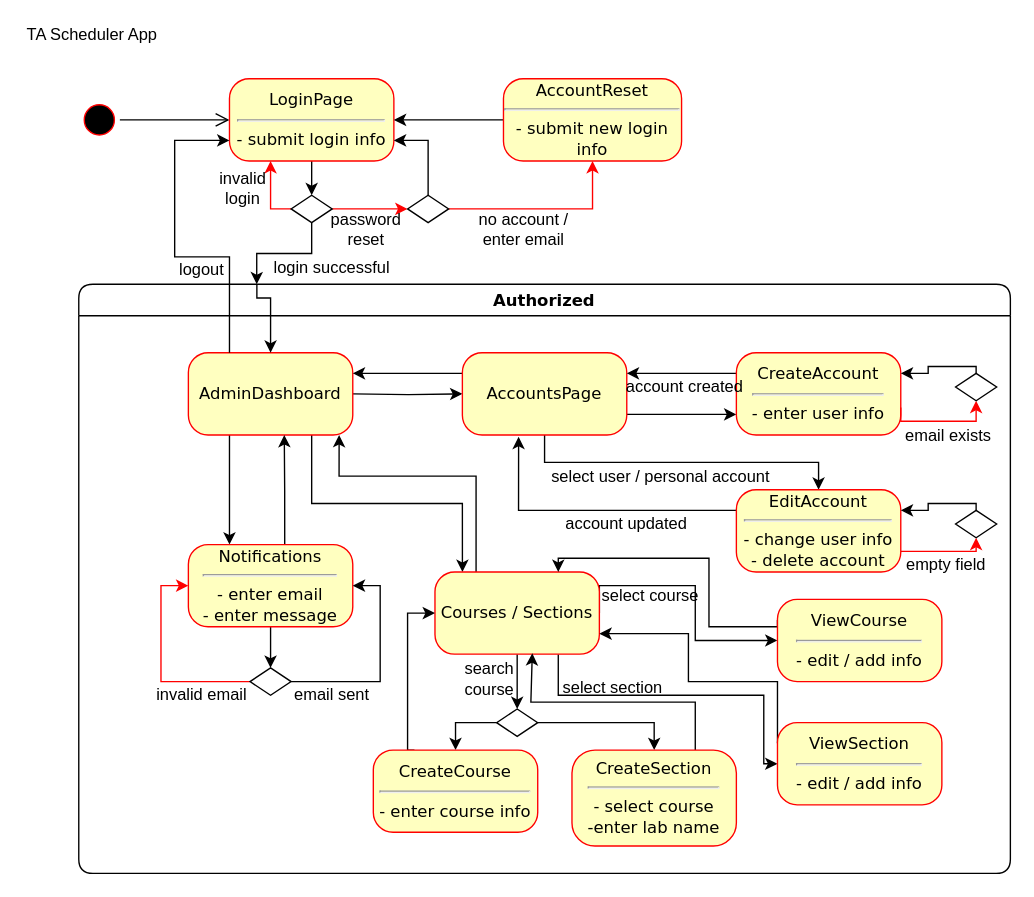
Hossai25/801-1-Sprint-Group keeps this draw.io diagram as stateMachineUML.drawio. Above is the earlier version. Source tidied: cells renumbered, new cells numbered last; positions are measured from the earlier drawing's top-left corner, leaving out a move shared by most shapes. Both pictures are drawn from the tidied source at 137%, with x=0, y=0 at pixel (23, 23).
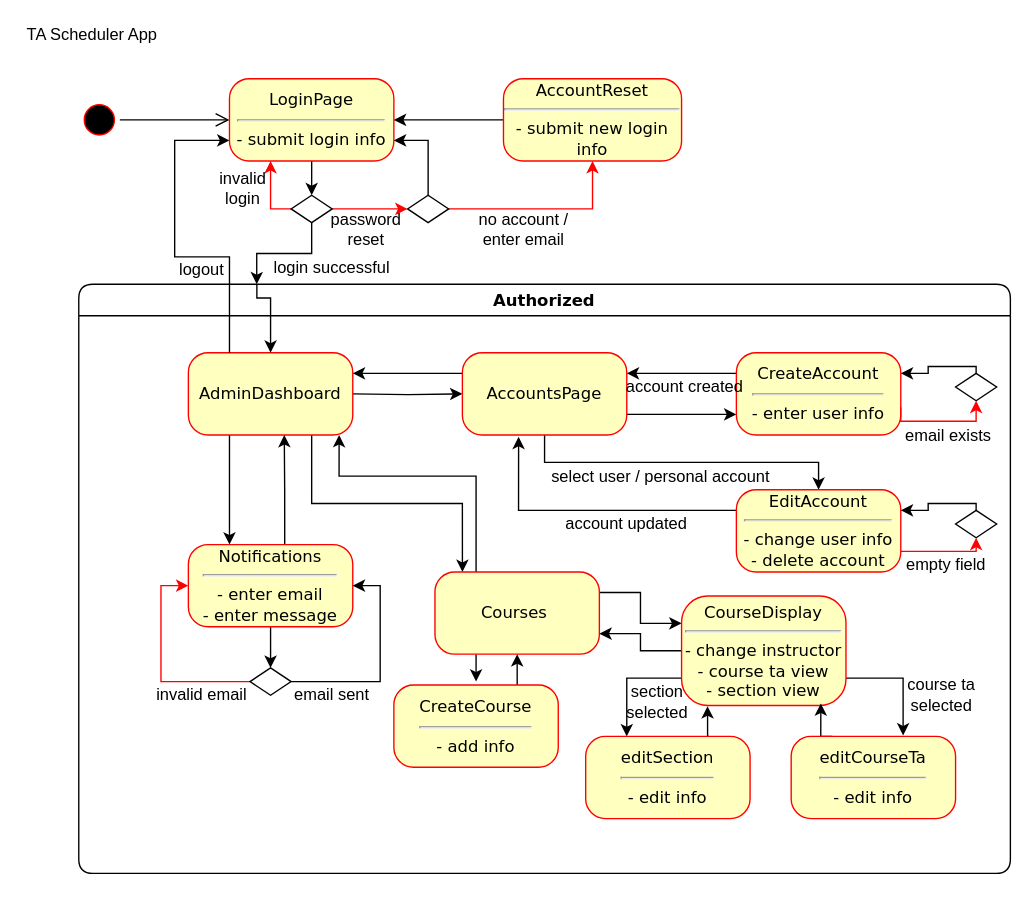
The same page after the edit.

The change refers to these unchanged cells:
```xml
<mxCell id="3" value="Authorized" style="swimlane;whiteSpace=wrap;html=1;rounded=1;shadow=0;comic=0;labelBackgroundColor=none;strokeWidth=1;fontFamily=Verdana;fontSize=12;align=center;startSize=23;" parent="1" vertex="1">
  <mxGeometry x="40" y="190" width="680" height="430" as="geometry" />
</mxCell>
```

Change to the diagram source:
```diff
@@
-    <mxCell id="15" style="edgeStyle=orthogonalEdgeStyle;rounded=0;jettySize=auto;html=1;exitX=0.5;exitY=1;exitDx=0;exitDy=0;" parent="3" edge="1" source="19">
-      <mxGeometry relative="1" as="geometry">
-        <mxPoint x="320" y="310" as="targetPoint" />
-      </mxGeometry>
-    </mxCell>
@@
+    <mxCell id="74" style="edgeStyle=orthogonalEdgeStyle;rounded=0;jettySize=auto;html=1;exitX=0.25;exitY=1;exitDx=0;exitDy=0;" parent="3" edge="1" source="19">
+      <mxGeometry relative="1" as="geometry">
+        <mxPoint x="290" y="290" as="targetPoint" />
+      </mxGeometry>
+    </mxCell>
-    <mxCell id="17" style="edgeStyle=orthogonalEdgeStyle;rounded=0;jettySize=auto;html=1;exitX=1;exitY=0.5;exitDx=0;exitDy=0;entryX=0;entryY=0.5;entryDx=0;entryDy=0;" parent="3" edge="1" source="19" target="48">
-      <mxGeometry relative="1" as="geometry">
-        <Array as="points">
-          <mxPoint x="380" y="220" />
-          <mxPoint x="450" y="220" />
-          <mxPoint x="450" y="260" />
-        </Array>
-      </mxGeometry>
+    <mxCell id="17" style="edgeStyle=orthogonalEdgeStyle;rounded=0;jettySize=auto;html=1;exitX=1;exitY=0.25;exitDx=0;exitDy=0;entryX=0;entryY=0.25;entryDx=0;entryDy=0;" parent="3" edge="1" source="19" target="48">
+      <mxGeometry relative="1" as="geometry" />
     </mxCell>
-    <mxCell id="18" style="edgeStyle=orthogonalEdgeStyle;rounded=0;jettySize=auto;html=1;exitX=0.75;exitY=1;exitDx=0;exitDy=0;entryX=0;entryY=0.5;entryDx=0;entryDy=0;" parent="3" edge="1" source="19" target="52">
-      <mxGeometry relative="1" as="geometry">
-        <Array as="points">
-          <mxPoint x="350" y="300" />
-          <mxPoint x="500" y="300" />
-          <mxPoint x="500" y="350" />
-        </Array>
-      </mxGeometry>
-    </mxCell>
-    <mxCell id="19" value="Courses / Sections" style="rounded=1;whiteSpace=wrap;html=1;arcSize=24;fillColor=#ffffc0;strokeColor=#ff0000;shadow=0;comic=0;labelBackgroundColor=none;fontFamily=Verdana;fontSize=12;fontColor=#000000;align=center;" parent="3" vertex="1">
+    <mxCell id="19" value="Courses&amp;nbsp;" style="rounded=1;whiteSpace=wrap;html=1;arcSize=24;fillColor=#ffffc0;strokeColor=#ff0000;shadow=0;comic=0;labelBackgroundColor=none;fontFamily=Verdana;fontSize=12;fontColor=#000000;align=center;" parent="3" vertex="1">
       <mxGeometry x="260" y="210" width="120" height="60" as="geometry" />
     </mxCell>
@@
-    <mxCell id="35" value="search course" style="text;strokeColor=none;align=center;fillColor=none;html=1;verticalAlign=middle;whiteSpace=wrap;rounded=0;" parent="3" vertex="1">
-      <mxGeometry x="275" y="280" width="50" height="15" as="geometry" />
-    </mxCell>
-    <mxCell id="36" style="edgeStyle=orthogonalEdgeStyle;rounded=0;jettySize=auto;html=1;exitX=0;exitY=0.5;exitDx=0;exitDy=0;entryX=0.5;entryY=0;entryDx=0;entryDy=0;" parent="3" edge="1" source="38" target="40">
-      <mxGeometry relative="1" as="geometry" />
-    </mxCell>
-    <mxCell id="37" style="edgeStyle=orthogonalEdgeStyle;rounded=0;jettySize=auto;html=1;exitX=1;exitY=0.5;exitDx=0;exitDy=0;entryX=0.5;entryY=0;entryDx=0;entryDy=0;" parent="3" edge="1" source="38" target="42">
-      <mxGeometry relative="1" as="geometry" />
-    </mxCell>
-    <mxCell id="38" style="rhombus;whiteSpace=wrap;html=1;" parent="3" vertex="1">
-      <mxGeometry x="305" y="310" width="30" height="20" as="geometry" />
-    </mxCell>
-    <mxCell id="39" style="edgeStyle=orthogonalEdgeStyle;rounded=0;jettySize=auto;html=1;exitX=0.25;exitY=0;exitDx=0;exitDy=0;entryX=0;entryY=0.5;entryDx=0;entryDy=0;" parent="3" edge="1" source="40" target="19">
-      <mxGeometry relative="1" as="geometry">
-        <Array as="points">
-          <mxPoint x="240" y="340" />
-          <mxPoint x="240" y="240" />
-        </Array>
-      </mxGeometry>
-    </mxCell>
-    <mxCell id="40" value="CreateCourse&lt;hr&gt;- enter course info" style="rounded=1;whiteSpace=wrap;html=1;arcSize=24;fillColor=#ffffc0;strokeColor=#ff0000;shadow=0;comic=0;labelBackgroundColor=none;fontFamily=Verdana;fontSize=12;fontColor=#000000;align=center;" parent="3" vertex="1">
-      <mxGeometry x="215" y="340" width="120" height="60" as="geometry" />
-    </mxCell>
-    <mxCell id="41" style="edgeStyle=orthogonalEdgeStyle;rounded=0;jettySize=auto;html=1;exitX=0.75;exitY=0;exitDx=0;exitDy=0;entryX=0.592;entryY=0.989;entryDx=0;entryDy=0;entryPerimeter=0;" parent="3" edge="1" source="42" target="19">
-      <mxGeometry relative="1" as="geometry">
-        <Array as="points">
-          <mxPoint x="450" y="305" />
-          <mxPoint x="330" y="305" />
-        </Array>
-      </mxGeometry>
-    </mxCell>
-    <mxCell id="42" value="CreateSection&lt;hr&gt;- select course&lt;br&gt;-enter lab name" style="rounded=1;whiteSpace=wrap;html=1;arcSize=24;fillColor=#ffffc0;strokeColor=#ff0000;shadow=0;comic=0;labelBackgroundColor=none;fontFamily=Verdana;fontSize=12;fontColor=#000000;align=center;" parent="3" vertex="1">
-      <mxGeometry x="360" y="340" width="120" height="70" as="geometry" />
-    </mxCell>
@@
-    <mxCell id="47" style="edgeStyle=orthogonalEdgeStyle;rounded=0;jettySize=auto;html=1;exitX=0;exitY=0.25;exitDx=0;exitDy=0;entryX=0.75;entryY=0;entryDx=0;entryDy=0;" parent="3" edge="1" source="48" target="19">
-      <mxGeometry relative="1" as="geometry">
-        <Array as="points">
-          <mxPoint x="510" y="250" />
-          <mxPoint x="460" y="250" />
-          <mxPoint x="460" y="200" />
-          <mxPoint x="350" y="200" />
-        </Array>
-      </mxGeometry>
+    <mxCell id="47" style="edgeStyle=orthogonalEdgeStyle;rounded=0;jettySize=auto;html=1;exitX=0;exitY=0.5;exitDx=0;exitDy=0;entryX=1;entryY=0.75;entryDx=0;entryDy=0;" parent="3" edge="1" source="48" target="19">
+      <mxGeometry relative="1" as="geometry" />
     </mxCell>
+    <mxCell id="75" style="edgeStyle=orthogonalEdgeStyle;rounded=0;jettySize=auto;html=1;exitX=0;exitY=0.75;exitDx=0;exitDy=0;entryX=0.25;entryY=0;entryDx=0;entryDy=0;" parent="3" edge="1" source="48" target="82">
+      <mxGeometry relative="1" as="geometry" />
+    </mxCell>
+    <mxCell id="76" style="edgeStyle=orthogonalEdgeStyle;rounded=0;jettySize=auto;html=1;exitX=1;exitY=0.75;exitDx=0;exitDy=0;entryX=0.681;entryY=-0.011;entryDx=0;entryDy=0;entryPerimeter=0;" parent="3" edge="1" source="48" target="78">
+      <mxGeometry relative="1" as="geometry" />
+    </mxCell>
-    <mxCell id="48" value="ViewCourse&lt;hr&gt;- edit / add info" style="rounded=1;whiteSpace=wrap;html=1;arcSize=24;fillColor=#ffffc0;strokeColor=#ff0000;shadow=0;comic=0;labelBackgroundColor=none;fontFamily=Verdana;fontSize=12;fontColor=#000000;align=center;" parent="3" vertex="1">
-      <mxGeometry x="510" y="230" width="120" height="60" as="geometry" />
+    <mxCell id="48" value="CourseDisplay&lt;hr&gt;- change instructor&lt;br&gt;- course ta view&lt;br&gt;- section view" style="rounded=1;whiteSpace=wrap;html=1;arcSize=24;fillColor=#ffffc0;strokeColor=#ff0000;shadow=0;comic=0;labelBackgroundColor=none;fontFamily=Verdana;fontSize=12;fontColor=#000000;align=center;" parent="3" vertex="1">
+      <mxGeometry x="440" y="227.5" width="120" height="80" as="geometry" />
     </mxCell>
-    <mxCell id="49" value="select course" style="text;strokeColor=none;align=center;fillColor=none;html=1;verticalAlign=middle;whiteSpace=wrap;rounded=0;" parent="3" vertex="1">
-      <mxGeometry x="365" y="220" width="105" height="15" as="geometry" />
-    </mxCell>
@@
-    <mxCell id="51" style="edgeStyle=orthogonalEdgeStyle;rounded=0;jettySize=auto;html=1;exitX=0;exitY=0.25;exitDx=0;exitDy=0;entryX=1;entryY=0.75;entryDx=0;entryDy=0;" parent="3" edge="1" source="52" target="19">
-      <mxGeometry relative="1" as="geometry">
-        <Array as="points">
-          <mxPoint x="510" y="290" />
-          <mxPoint x="445" y="290" />
-          <mxPoint x="445" y="255" />
-        </Array>
-      </mxGeometry>
-    </mxCell>
-    <mxCell id="52" value="ViewSection&lt;hr&gt;- edit / add info" style="rounded=1;whiteSpace=wrap;html=1;arcSize=24;fillColor=#ffffc0;strokeColor=#ff0000;shadow=0;comic=0;labelBackgroundColor=none;fontFamily=Verdana;fontSize=12;fontColor=#000000;align=center;" parent="3" vertex="1">
-      <mxGeometry x="510" y="320" width="120" height="60" as="geometry" />
-    </mxCell>
-    <mxCell id="53" value="select section" style="text;strokeColor=none;align=center;fillColor=none;html=1;verticalAlign=middle;whiteSpace=wrap;rounded=0;" parent="3" vertex="1">
-      <mxGeometry x="350" y="292.5" width="80" height="5" as="geometry" />
-    </mxCell>
+    <mxCell id="77" style="edgeStyle=orthogonalEdgeStyle;rounded=0;jettySize=auto;html=1;exitX=0.25;exitY=0;exitDx=0;exitDy=0;entryX=0.847;entryY=0.981;entryDx=0;entryDy=0;entryPerimeter=0;" parent="3" edge="1" source="78" target="48">
+      <mxGeometry relative="1" as="geometry" />
+    </mxCell>
+    <mxCell id="78" value="editCourseTa&lt;hr&gt;- edit info" style="rounded=1;whiteSpace=wrap;html=1;arcSize=24;fillColor=#ffffc0;strokeColor=#ff0000;shadow=0;comic=0;labelBackgroundColor=none;fontFamily=Verdana;fontSize=12;fontColor=#000000;align=center;" parent="3" vertex="1">
+      <mxGeometry x="520" y="330" width="120" height="60" as="geometry" />
+    </mxCell>
+    <mxCell id="79" style="edgeStyle=orthogonalEdgeStyle;rounded=0;jettySize=auto;html=1;exitX=0.75;exitY=0;exitDx=0;exitDy=0;entryX=0.5;entryY=1;entryDx=0;entryDy=0;" parent="3" edge="1" source="80" target="19">
+      <mxGeometry relative="1" as="geometry" />
+    </mxCell>
+    <mxCell id="80" value="CreateCourse&lt;hr&gt;- add info" style="rounded=1;whiteSpace=wrap;html=1;arcSize=24;fillColor=#ffffc0;strokeColor=#ff0000;shadow=0;comic=0;labelBackgroundColor=none;fontFamily=Verdana;fontSize=12;fontColor=#000000;align=center;" parent="3" vertex="1">
+      <mxGeometry x="230" y="292.5" width="120" height="60" as="geometry" />
+    </mxCell>
+    <mxCell id="81" style="edgeStyle=orthogonalEdgeStyle;rounded=0;jettySize=auto;html=1;exitX=0.75;exitY=0;exitDx=0;exitDy=0;entryX=0.158;entryY=1.006;entryDx=0;entryDy=0;entryPerimeter=0;" parent="3" edge="1" source="82" target="48">
+      <mxGeometry relative="1" as="geometry" />
+    </mxCell>
+    <mxCell id="82" value="editSection&lt;hr&gt;- edit info" style="rounded=1;whiteSpace=wrap;html=1;arcSize=24;fillColor=#ffffc0;strokeColor=#ff0000;shadow=0;comic=0;labelBackgroundColor=none;fontFamily=Verdana;fontSize=12;fontColor=#000000;align=center;" parent="3" vertex="1">
+      <mxGeometry x="370" y="330" width="120" height="60" as="geometry" />
+    </mxCell>
+    <mxCell id="83" value="section selected" style="text;strokeColor=none;align=center;fillColor=none;html=1;verticalAlign=middle;whiteSpace=wrap;rounded=0;" parent="3" vertex="1">
+      <mxGeometry x="405" y="300" width="35" height="10" as="geometry" />
+    </mxCell>
+    <mxCell id="84" value="course ta selected" style="text;strokeColor=none;align=center;fillColor=none;html=1;verticalAlign=middle;whiteSpace=wrap;rounded=0;" parent="3" vertex="1">
+      <mxGeometry x="600" y="295" width="60" height="10" as="geometry" />
+    </mxCell>
```
